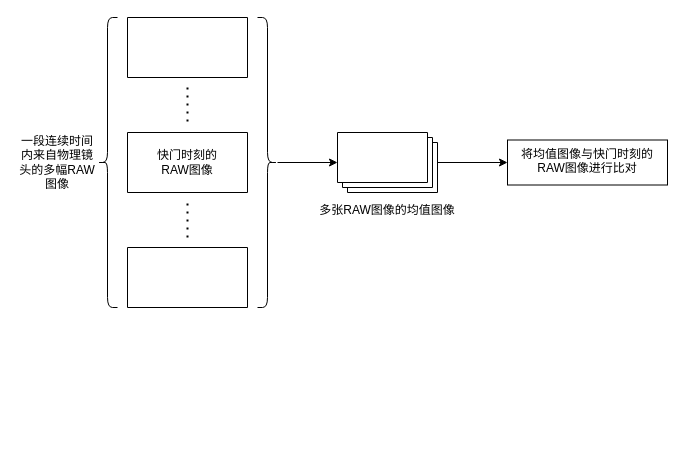
ForsakenLi/draw.io keeps this draw.io diagram as remove_passby_axiom.drawio. Above is the earlier version. Source tidied: cells renumbered, new cells numbered last; positions are measured from the earlier drawing's top-left corner, leaving out a move shared by most shapes. Both pictures are drawn from the tidied source at 100%, with x=0, y=0 at pixel (17, 17).
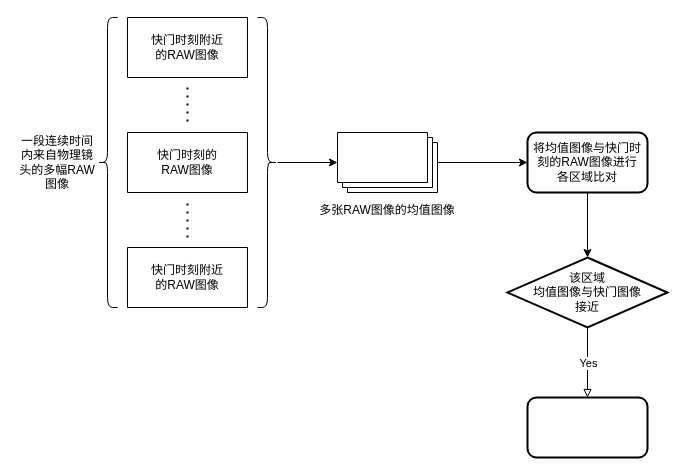
Above is the later version.

The change refers to these unchanged cells:
```xml
<mxCell id="11" style="verticalLabelPosition=bottom;verticalAlign=top;html=1;shape=mxgraph.basic.layered_rect;dx=10;outlineConnect=0;" parent="1" vertex="1">
  <mxGeometry x="320" y="115" width="100" height="60" as="geometry" />
</mxCell>
```

The edit, as a diff of the source:
```diff
@@
-    <mxCell id="10" style="edgeStyle=orthogonalEdgeStyle;rounded=0;jettySize=auto;html=1;" parent="1" edge="1" source="11" target="15">
-      <mxGeometry relative="1" as="geometry" />
-    </mxCell>
+    <mxCell id="16" style="edgeStyle=orthogonalEdgeStyle;rounded=0;jettySize=auto;html=1;" parent="1" edge="1" source="11" target="22">
+      <mxGeometry relative="1" as="geometry" />
+    </mxCell>
@@
-    <mxCell id="15" value="将均值图像与快门时刻的RAW图像进行比对" style="whiteSpace=wrap;html=1;verticalAlign=top;" parent="1" vertex="1">
-      <mxGeometry x="490" y="122.5" width="160" height="45" as="geometry" />
-    </mxCell>
+    <mxCell id="17" style="edgeStyle=orthogonalEdgeStyle;rounded=0;jettySize=auto;html=1;endArrow=block;endFill=0;" parent="1" edge="1" source="19" target="20">
+      <mxGeometry relative="1" as="geometry" />
+    </mxCell>
+    <mxCell id="18" value="Yes" style="edgeLabel;html=1;align=center;verticalAlign=middle;" parent="17" vertex="1">
+      <mxGeometry x="-0.31" y="1" relative="1" as="geometry">
+        <mxPoint x="-1" y="11" as="offset" />
+      </mxGeometry>
+    </mxCell>
+    <mxCell id="19" value="该区域&lt;br&gt;均值图像与快门图像&lt;br&gt;接近" style="strokeWidth=2;html=1;shape=mxgraph.flowchart.decision;whiteSpace=wrap;rounded=1;" parent="1" vertex="1">
+      <mxGeometry x="490" y="240" width="160" height="70" as="geometry" />
+    </mxCell>
+    <mxCell id="20" style="whiteSpace=wrap;html=1;strokeWidth=2;rounded=1;" parent="1" vertex="1">
+      <mxGeometry x="510" y="380" width="120" height="60" as="geometry" />
+    </mxCell>
+    <mxCell id="21" style="edgeStyle=orthogonalEdgeStyle;rounded=0;jettySize=auto;html=1;" parent="1" edge="1" source="22" target="19">
+      <mxGeometry relative="1" as="geometry" />
+    </mxCell>
+    <mxCell id="22" value="将均值图像与快门时刻的RAW图像进行&lt;br&gt;各区域比对" style="whiteSpace=wrap;html=1;strokeWidth=2;rounded=1;" parent="1" vertex="1">
+      <mxGeometry x="510" y="115" width="120" height="60" as="geometry" />
+    </mxCell>
+    <mxCell id="23" value="快门时刻附近的RAW图像" style="text;html=1;strokeColor=none;fillColor=none;align=center;verticalAlign=middle;whiteSpace=wrap;overflow=hidden;" parent="1" vertex="1">
+      <mxGeometry x="130" y="12.5" width="80" height="35" as="geometry" />
+    </mxCell>
+    <mxCell id="24" value="快门时刻附近的RAW图像" style="text;html=1;strokeColor=none;fillColor=none;align=center;verticalAlign=middle;whiteSpace=wrap;overflow=hidden;" parent="1" vertex="1">
+      <mxGeometry x="130" y="242.5" width="80" height="35" as="geometry" />
+    </mxCell>
```
